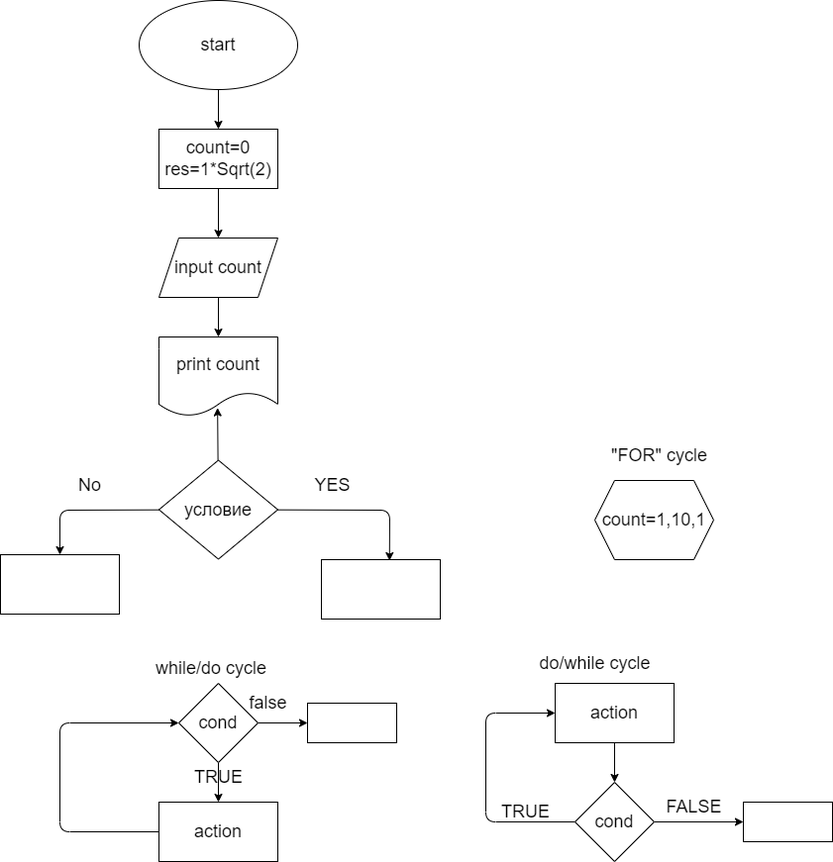
The draw.io diagram ex000.drawio.png in Pavel-P-Malyshev/Practice-1-repo, before a commit. Source tidied: cells renumbered, new cells last; positions are measured from the earlier drawing's top-left corner, leaving out a move shared by most shapes.
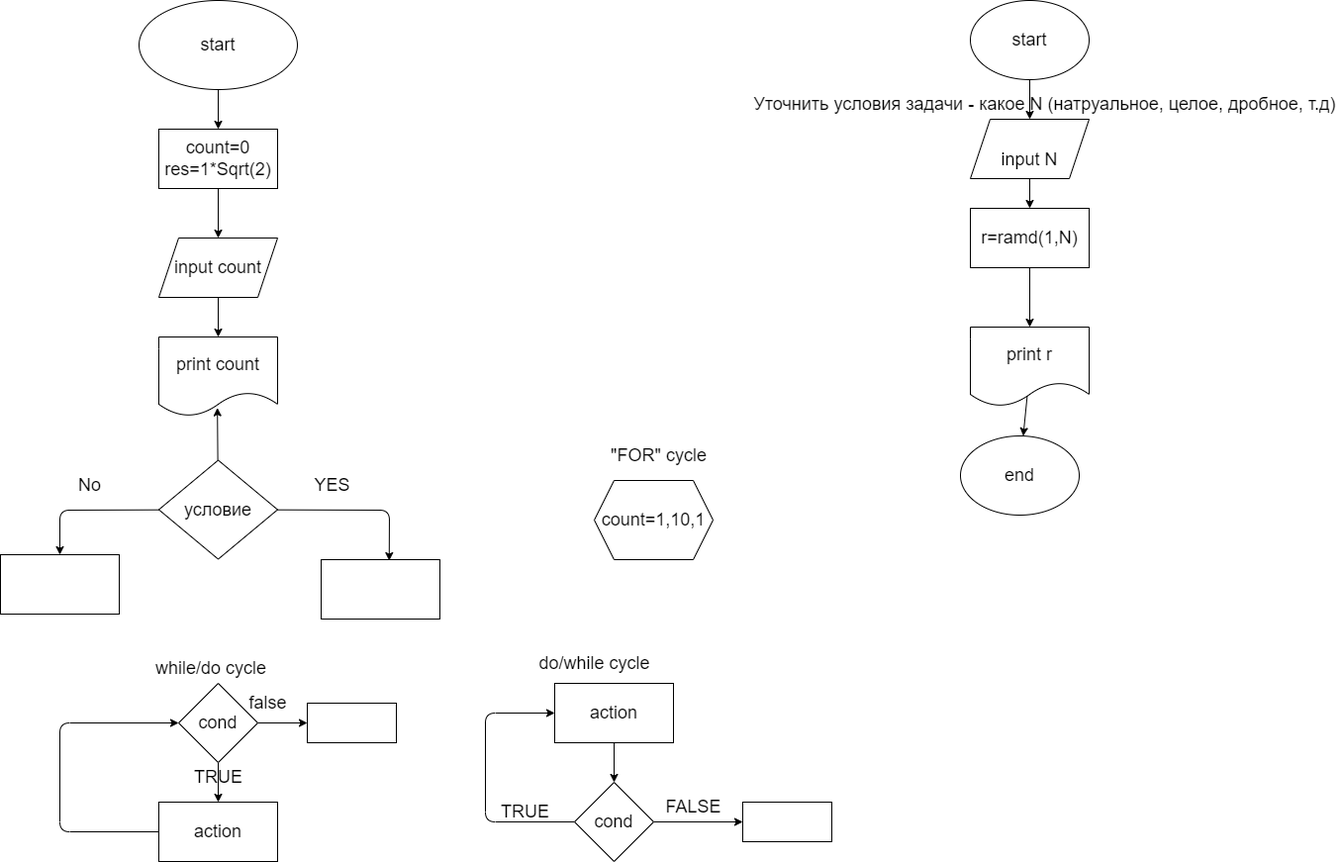
After the commit.

The edit, as a diff of the source:
```diff
@@ -127,5 +127,35 @@
     <mxCell id="36" value="&quot;FOR&quot; cycle" style="text;html=1;align=center;verticalAlign=middle;strokeColor=none;fillColor=none;fontSize=18;" parent="1" vertex="1">
       <mxGeometry x="610" y="445" width="110" height="30" as="geometry" />
     </mxCell>
+    <mxCell id="37" style="edgeStyle=none;html=1;fontSize=18;" parent="1" edge="1" source="38" target="40">
+      <mxGeometry relative="1" as="geometry" />
+    </mxCell>
+    <mxCell id="38" value="start" style="ellipse;whiteSpace=wrap;html=1;fontSize=18;" parent="1" vertex="1">
+      <mxGeometry x="980" width="120" height="80" as="geometry" />
+    </mxCell>
+    <mxCell id="39" style="edgeStyle=none;html=1;fontSize=18;" parent="1" edge="1" source="40" target="45">
+      <mxGeometry relative="1" as="geometry" />
+    </mxCell>
+    <mxCell id="40" value="&lt;br&gt;input N" style="shape=parallelogram;perimeter=parallelogramPerimeter;whiteSpace=wrap;html=1;fixedSize=1;fontSize=18;" parent="1" vertex="1">
+      <mxGeometry x="980" y="120" width="120" height="60" as="geometry" />
+    </mxCell>
+    <mxCell id="41" style="edgeStyle=none;html=1;fontSize=18;exitX=0.48;exitY=0.85;exitDx=0;exitDy=0;exitPerimeter=0;" parent="1" edge="1" source="42" target="46">
+      <mxGeometry relative="1" as="geometry" />
+    </mxCell>
+    <mxCell id="42" value="print r" style="shape=document;whiteSpace=wrap;html=1;boundedLbl=1;fontSize=18;" parent="1" vertex="1">
+      <mxGeometry x="980" y="330" width="120" height="80" as="geometry" />
+    </mxCell>
+    <mxCell id="43" value="Уточнить условия задачи - какое N (натруальное, целое, дробное, т.д)" style="text;html=1;align=center;verticalAlign=middle;strokeColor=none;fillColor=none;fontSize=18;" parent="1" vertex="1">
+      <mxGeometry x="755" y="90" width="600" height="30" as="geometry" />
+    </mxCell>
+    <mxCell id="44" style="edgeStyle=none;html=1;fontSize=18;" parent="1" edge="1" source="45" target="42">
+      <mxGeometry relative="1" as="geometry" />
+    </mxCell>
+    <mxCell id="45" value="r=ramd(1,N)" style="rounded=0;whiteSpace=wrap;html=1;fontSize=18;" parent="1" vertex="1">
+      <mxGeometry x="980" y="210" width="120" height="60" as="geometry" />
+    </mxCell>
+    <mxCell id="46" value="end" style="ellipse;whiteSpace=wrap;html=1;fontSize=18;" parent="1" vertex="1">
+      <mxGeometry x="970" y="440" width="120" height="80" as="geometry" />
+    </mxCell>
   </root>
 </mxGraphModel>
```
